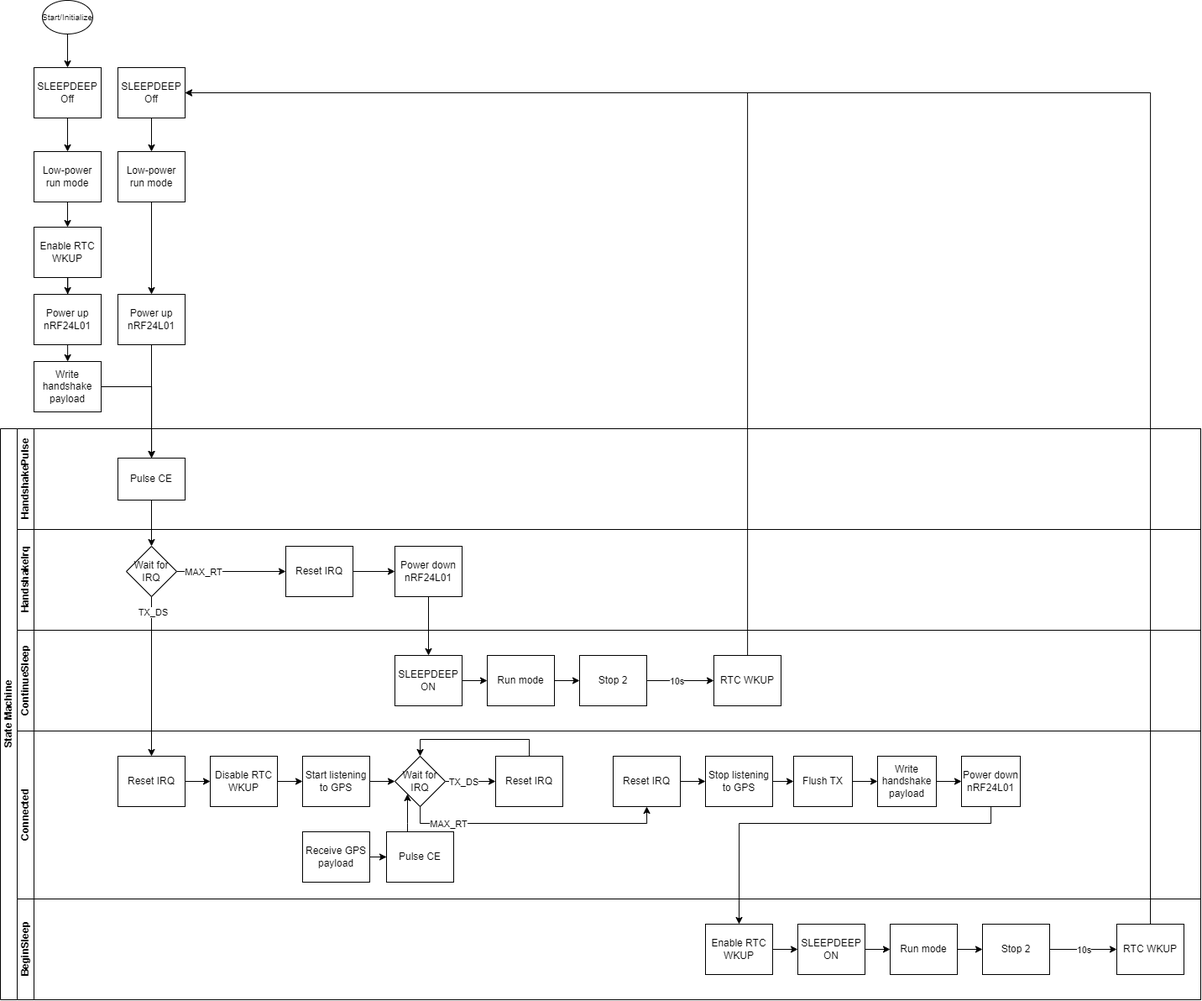
The draw.io diagram state_diagram.png in binotation/nrf24l01-tx, before a commit. Source tidied: cells renumbered, new cells last; positions are measured from the earlier drawing's top-left corner, leaving out a move shared by most shapes.
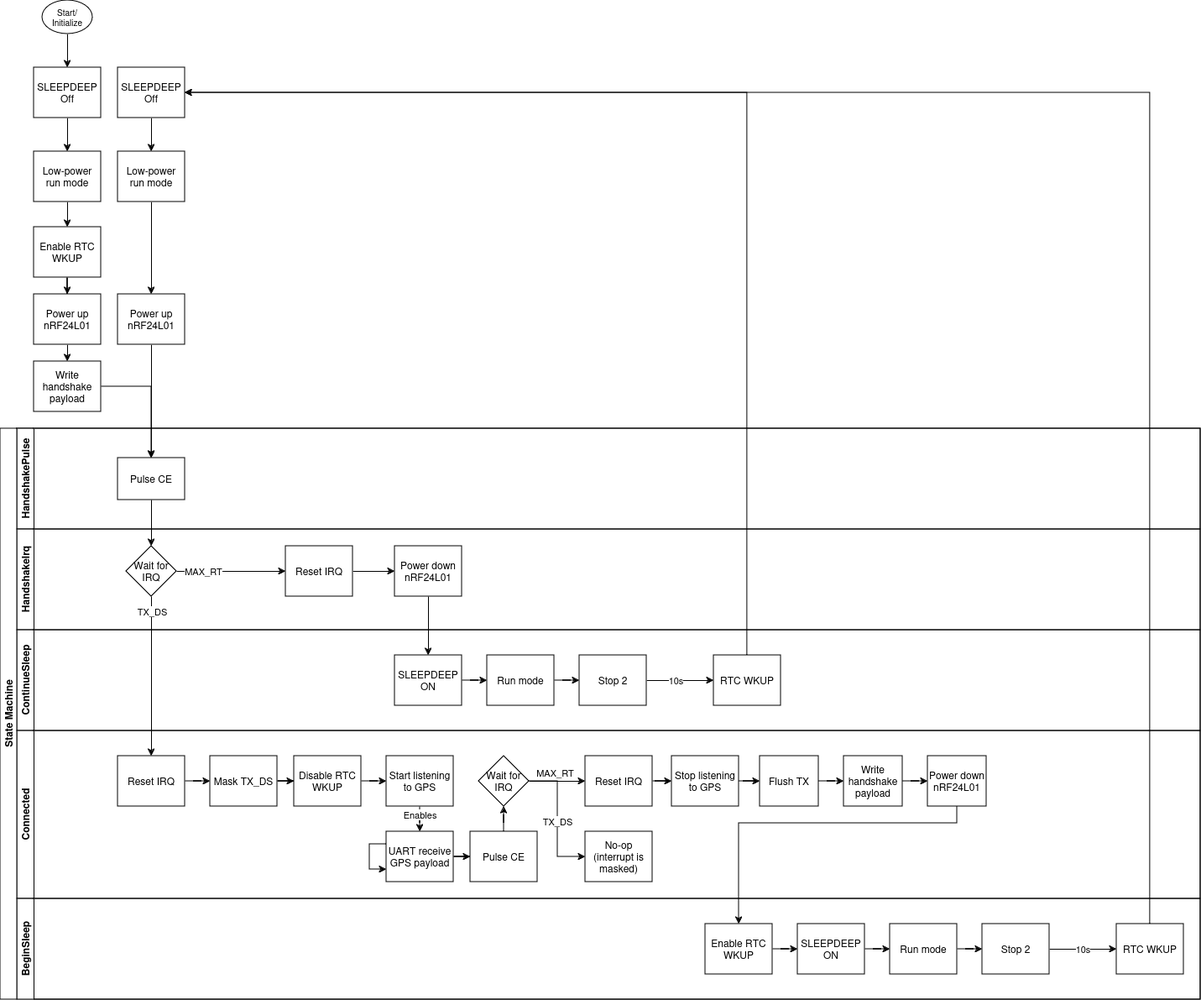
Later version of the same file.

What changed in the source:
```diff
@@ -77,65 +77,64 @@
       <mxGeometry relative="1" as="geometry" />
     </mxCell>
     <mxCell id="26" value="Disable RTC WKUP" style="rounded=0;whiteSpace=wrap;html=1;fontFamily=Helvetica;fontSize=12;fontColor=#000000;align=center;" parent="24" vertex="1">
-      <mxGeometry x="230" y="30" width="80" height="60" as="geometry" />
+      <mxGeometry x="330" y="30" width="80" height="60" as="geometry" />
     </mxCell>
-    <mxCell id="27" style="edgeStyle=orthogonalEdgeStyle;rounded=0;jettySize=auto;html=1;" parent="24" edge="1" source="28" target="31">
-      <mxGeometry relative="1" as="geometry" />
-    </mxCell>
+    <mxCell id="84" style="edgeStyle=orthogonalEdgeStyle;rounded=0;jettySize=auto;html=1;" parent="24" edge="1" source="28" target="48">
+      <mxGeometry relative="1" as="geometry" />
+    </mxCell>
+    <mxCell id="85" value="Enables" style="edgeLabel;html=1;align=center;verticalAlign=middle;" parent="84" vertex="1">
+      <mxGeometry x="0.09" y="-1" relative="1" as="geometry">
+        <mxPoint x="-1" y="-3" as="offset" />
+      </mxGeometry>
+    </mxCell>
     <mxCell id="28" value="Start listening to GPS" style="rounded=0;whiteSpace=wrap;html=1;fontFamily=Helvetica;fontSize=12;fontColor=#000000;align=center;" parent="24" vertex="1">
-      <mxGeometry x="340" y="30" width="80" height="60" as="geometry" />
+      <mxGeometry x="440" y="30" width="80" height="60" as="geometry" />
     </mxCell>
-    <mxCell id="29" style="edgeStyle=orthogonalEdgeStyle;rounded=0;jettySize=auto;html=1;" parent="24" edge="1" source="31" target="35">
-      <mxGeometry relative="1" as="geometry" />
-    </mxCell>
+    <mxCell id="38" style="edgeStyle=orthogonalEdgeStyle;rounded=0;jettySize=auto;html=1;" parent="24" edge="1" source="31" target="37">
+      <mxGeometry relative="1" as="geometry" />
+    </mxCell>
+    <mxCell id="39" value="MAX_RT" style="edgeLabel;html=1;align=center;verticalAlign=middle;" parent="38" vertex="1">
+      <mxGeometry x="-0.37" y="-2" relative="1" as="geometry">
+        <mxPoint x="9" y="-12" as="offset" />
+      </mxGeometry>
+    </mxCell>
+    <mxCell id="86" style="edgeStyle=orthogonalEdgeStyle;rounded=0;jettySize=auto;html=1;entryX=0;entryY=0.5;entryDx=0;entryDy=0;" parent="24" edge="1" source="31" target="90">
+      <mxGeometry relative="1" as="geometry">
+        <Array as="points">
+          <mxPoint x="644" y="60" />
+          <mxPoint x="644" y="150" />
+        </Array>
+      </mxGeometry>
+    </mxCell>
-    <mxCell id="30" value="TX_DS" style="edgeLabel;html=1;align=center;verticalAlign=middle;" parent="29" vertex="1">
-      <mxGeometry x="-0.43" relative="1" as="geometry">
-        <mxPoint x="3" as="offset" />
-      </mxGeometry>
+    <mxCell id="30" value="TX_DS" style="edgeLabel;html=1;align=center;verticalAlign=middle;" parent="86" vertex="1">
+      <mxGeometry x="0.05" relative="1" as="geometry" />
     </mxCell>
     <mxCell id="31" value="Wait for IRQ" style="rhombus;whiteSpace=wrap;html=1;fontFamily=Helvetica;fontSize=12;fontColor=#000000;align=center;" parent="24" vertex="1">
-      <mxGeometry x="450" y="30" width="60" height="60" as="geometry" />
+      <mxGeometry x="550" y="30" width="60" height="60" as="geometry" />
     </mxCell>
-    <mxCell id="32" style="edgeStyle=orthogonalEdgeStyle;rounded=0;jettySize=auto;html=1;" parent="24" edge="1" source="33" target="26">
-      <mxGeometry relative="1" as="geometry" />
-    </mxCell>
+    <mxCell id="87" style="edgeStyle=orthogonalEdgeStyle;rounded=0;jettySize=auto;html=1;" parent="24" edge="1" source="33" target="89">
+      <mxGeometry relative="1" as="geometry" />
+    </mxCell>
     <mxCell id="33" value="Reset IRQ" style="rounded=0;whiteSpace=wrap;html=1;fontFamily=Helvetica;fontSize=12;fontColor=#000000;align=center;" parent="24" vertex="1">
       <mxGeometry x="120" y="30" width="80" height="60" as="geometry" />
     </mxCell>
-    <mxCell id="34" style="edgeStyle=orthogonalEdgeStyle;rounded=0;jettySize=auto;html=1;exitX=0.5;exitY=0;exitDx=0;exitDy=0;entryX=0.5;entryY=0;entryDx=0;entryDy=0;" parent="24" edge="1" source="35" target="31">
-      <mxGeometry relative="1" as="geometry" />
-    </mxCell>
-    <mxCell id="35" value="Reset IRQ" style="whiteSpace=wrap;html=1;fontColor=#000000;" parent="24" vertex="1">
-      <mxGeometry x="570" y="30" width="80" height="60" as="geometry" />
-    </mxCell>
     <mxCell id="36" style="edgeStyle=orthogonalEdgeStyle;rounded=0;jettySize=auto;html=1;" parent="24" edge="1" source="37" target="43">
       <mxGeometry relative="1" as="geometry" />
     </mxCell>
     <mxCell id="37" value="Reset IRQ" style="rounded=0;whiteSpace=wrap;html=1;fontFamily=Helvetica;fontSize=12;fontColor=#000000;align=center;" parent="24" vertex="1">
-      <mxGeometry x="710" y="30" width="80" height="60" as="geometry" />
+      <mxGeometry x="677" y="30" width="80" height="60" as="geometry" />
     </mxCell>
-    <mxCell id="38" style="edgeStyle=orthogonalEdgeStyle;rounded=0;jettySize=auto;html=1;entryX=0.5;entryY=1;entryDx=0;entryDy=0;" parent="24" edge="1" source="31" target="37">
-      <mxGeometry relative="1" as="geometry">
-        <Array as="points">
-          <mxPoint x="480" y="110" />
-          <mxPoint x="750" y="110" />
-        </Array>
-      </mxGeometry>
-    </mxCell>
-    <mxCell id="39" value="MAX_RT" style="edgeLabel;html=1;align=center;verticalAlign=middle;" parent="38" vertex="1">
-      <mxGeometry x="-0.66" relative="1" as="geometry" />
-    </mxCell>
     <mxCell id="40" value="Power down nRF24L01" style="rounded=0;whiteSpace=wrap;html=1;fontFamily=Helvetica;fontSize=12;fontColor=#000000;align=center;" parent="24" vertex="1">
-      <mxGeometry x="1125" y="30" width="70" height="60" as="geometry" />
+      <mxGeometry x="1085" y="30" width="70" height="60" as="geometry" />
     </mxCell>
     <mxCell id="41" value="Write handshake payload" style="rounded=0;whiteSpace=wrap;html=1;fontFamily=Helvetica;fontSize=12;fontColor=#000000;align=center;" parent="24" vertex="1">
-      <mxGeometry x="1025" y="30" width="70" height="60" as="geometry" />
+      <mxGeometry x="985" y="30" width="70" height="60" as="geometry" />
     </mxCell>
     <mxCell id="42" value="Flush TX" style="rounded=0;whiteSpace=wrap;html=1;fontFamily=Helvetica;fontSize=12;fontColor=#000000;align=center;" parent="24" vertex="1">
-      <mxGeometry x="925" y="30" width="70" height="60" as="geometry" />
+      <mxGeometry x="885" y="30" width="70" height="60" as="geometry" />
     </mxCell>
     <mxCell id="43" value="Stop listening to GPS" style="rounded=0;whiteSpace=wrap;html=1;fontFamily=Helvetica;fontSize=12;fontColor=#000000;align=center;" parent="24" vertex="1">
-      <mxGeometry x="820" y="30" width="80" height="60" as="geometry" />
+      <mxGeometry x="780" y="30" width="80" height="60" as="geometry" />
     </mxCell>
     <mxCell id="44" style="edgeStyle=orthogonalEdgeStyle;rounded=0;jettySize=auto;html=1;" parent="24" edge="1" source="41" target="40">
       <mxGeometry relative="1" as="geometry" />
@@ -149,20 +148,32 @@
     <mxCell id="47" style="edgeStyle=orthogonalEdgeStyle;rounded=0;jettySize=auto;html=1;" parent="24" edge="1" source="48" target="50">
       <mxGeometry relative="1" as="geometry" />
     </mxCell>
-    <mxCell id="48" value="Receive GPS payload" style="rounded=0;whiteSpace=wrap;html=1;fontFamily=Helvetica;fontSize=12;fontColor=#000000;align=center;" parent="24" vertex="1">
-      <mxGeometry x="340" y="120" width="80" height="60" as="geometry" />
+    <mxCell id="48" value="UART receive GPS payload" style="rounded=0;whiteSpace=wrap;html=1;fontFamily=Helvetica;fontSize=12;fontColor=#000000;align=center;" parent="24" vertex="1">
+      <mxGeometry x="440" y="120" width="80" height="60" as="geometry" />
     </mxCell>
-    <mxCell id="49" style="edgeStyle=orthogonalEdgeStyle;rounded=0;jettySize=auto;html=1;entryX=0;entryY=1;entryDx=0;entryDy=0;" parent="24" edge="1" source="50" target="31">
-      <mxGeometry relative="1" as="geometry">
-        <Array as="points">
-          <mxPoint x="465" y="110" />
-          <mxPoint x="465" y="110" />
-        </Array>
-      </mxGeometry>
+    <mxCell id="49" style="edgeStyle=orthogonalEdgeStyle;rounded=0;jettySize=auto;html=1;" parent="24" edge="1" source="50" target="31">
+      <mxGeometry relative="1" as="geometry" />
     </mxCell>
     <mxCell id="50" value="Pulse CE" style="rounded=0;whiteSpace=wrap;html=1;fontFamily=Helvetica;fontSize=12;fontColor=#000000;align=center;" parent="24" vertex="1">
-      <mxGeometry x="440" y="120" width="80" height="60" as="geometry" />
+      <mxGeometry x="540" y="120" width="80" height="60" as="geometry" />
     </mxCell>
+    <mxCell id="88" style="edgeStyle=orthogonalEdgeStyle;rounded=0;jettySize=auto;html=1;" parent="24" edge="1" source="89" target="26">
+      <mxGeometry relative="1" as="geometry" />
+    </mxCell>
+    <mxCell id="89" value="Mask TX_DS" style="rounded=0;whiteSpace=wrap;html=1;fontFamily=Helvetica;fontSize=12;fontColor=#000000;align=center;" parent="24" vertex="1">
+      <mxGeometry x="230" y="30" width="80" height="60" as="geometry" />
+    </mxCell>
+    <mxCell id="90" value="No-op (interrupt is masked)" style="rounded=0;whiteSpace=wrap;html=1;fontFamily=Helvetica;fontSize=12;fontColor=#000000;align=center;" parent="24" vertex="1">
+      <mxGeometry x="677" y="120" width="80" height="60" as="geometry" />
+    </mxCell>
+    <mxCell id="91" style="edgeStyle=orthogonalEdgeStyle;rounded=0;orthogonalLoop=1;jettySize=auto;html=1;exitX=0;exitY=0.25;exitDx=0;exitDy=0;entryX=0;entryY=0.75;entryDx=0;entryDy=0;" parent="24" edge="1" source="48" target="48">
+      <mxGeometry relative="1" as="geometry">
+        <Array as="points">
+          <mxPoint x="420" y="135" />
+          <mxPoint x="420" y="165" />
+        </Array>
+      </mxGeometry>
+    </mxCell>
     <mxCell id="51" value="BeginSleep" style="swimlane;html=1;startSize=20;horizontal=0;" parent="2" vertex="1">
       <mxGeometry x="20" y="560" width="1410" height="120" as="geometry" />
     </mxCell>
@@ -202,7 +213,7 @@
     <mxCell id="63" style="edgeStyle=orthogonalEdgeStyle;rounded=0;jettySize=auto;html=1;entryX=0.5;entryY=0;entryDx=0;entryDy=0;" parent="2" edge="1" source="40" target="53">
       <mxGeometry relative="1" as="geometry">
         <Array as="points">
-          <mxPoint x="1180" y="470" />
+          <mxPoint x="1140" y="470" />
           <mxPoint x="880" y="470" />
         </Array>
       </mxGeometry>
```
